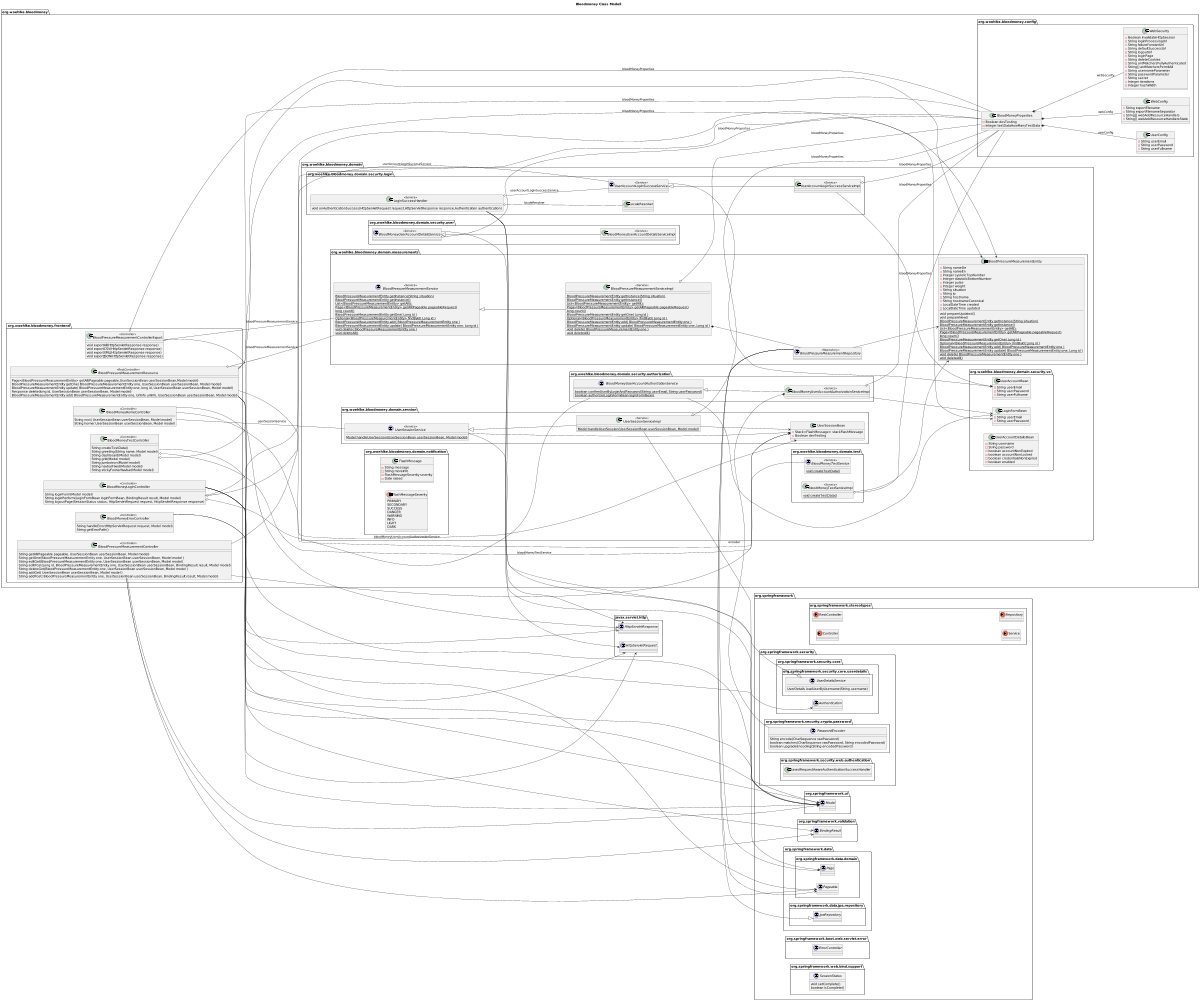
BloodMoneyApp/bloodmoney keeps this PlantUML diagram as etc/plantuml/all/Bloodmoney__Classes.png. Above is the earlier version. Its diagram source:
```plantuml
@startuml

title Bloodmoney Class Modell

left to right direction

scale 1200 width

package javax.servlet.http {
  interface HttpServletRequest {}
  interface HttpServletResponse {}
}

package org.springframework {

  package org.springframework.stereotypes {
    annotation Controller {}
    annotation RestController {}
    annotation Service {}
    annotation Repository {}
  }
  package org.springframework.data {
    package org.springframework.data.domain {
       interface Page {}
       interface Pageable {}
    }
    package org.springframework.data.jpa.repository {
      interface JpaRepository {}
    }
  }
  package org.springframework.security {
    package org.springframework.security.core {
        interface Authentication {}
        package org.springframework.security.core.userdetails {
          interface UserDetailsService {
              UserDetails loadUserByUsername(String username)
          }
        }
    }
    package org.springframework.security.crypto.password {
      interface PasswordEncoder {
          String encode(CharSequence rawPassword)
          boolean matches(CharSequence rawPassword, String encodedPassword)
          boolean upgradeEncoding(String encodedPassword)
      }
    }
    package org.springframework.security.web.authentication {
      class SavedRequestAwareAuthenticationSuccessHandler {}
    }
  }
  package org.springframework.validation {
    interface BindingResult {}
  }
  package org.springframework.ui {
     interface Model {}
  }
  package org.springframework.boot.web.servlet.error {
    interface ErrorController {}
  }
  package org.springframework.web.bind.support {
    interface SessionStatus {
      void setComplete()
      boolean isComplete()
    }
  }
}
package org.woehlke.bloodmoney {
  package org.woehlke.bloodmoney.config {
    class UserConfig {
       - String userEmail
       - String userPassword
       - String userFullname
    }
    class WebConfig {
        - String exportFilename
        - String exportFilenameSeparator
        - String[] webAddResourceHandlers
        - String[] webAddResourceHandlersStatic
    }
    class WebSecurity {
        - Boolean invalidateHttpSession
        - String loginProcessingUrl
        - String failureForwardUrl
        - String defaultSuccessUrl
        - String logoutUrl
        - String loginPage
        - String deleteCookies
        - String antMatchersFullyAuthenticated
        - String[] antMatchersPermitAll
        - String usernameParameter
        - String passwordParameter
        - String secret
        - Integer iterations
        - Integer hashWidth
    }
    class BloodMoneyProperties {
        - Boolean devTesting
        - Integer testDataHowManyTestData
    }
    BloodMoneyProperties *-- UserConfig: userConfig
    BloodMoneyProperties *-- WebConfig: webConfig
    BloodMoneyProperties *-- WebSecurity: webSecurity
  }

  package org.woehlke.bloodmoney.domain {
      package org.woehlke.bloodmoney.domain.security.vo {

            class LoginFormBean {
                - String userEmail
                - String userPassword
            }
            class UserAccountBean {
                - String userEmail
                - String userPassword
                - String userFullname
            }
            class UserAccountDetailsBean {
               - String username
               - String password
               - boolean accountNonExpired
               - boolean accountNonLocked
               - boolean credentialsNonExpired
               - boolean enabled
            }
      }
      package org.woehlke.bloodmoney.domain.security.authorization {
        interface BloodMoneyUserAccountAuthorizationService {
          {static} boolean confirmUserByLoginAndPassword(String userEmail, String userPassword)
          {static} boolean authorize(LoginFormBean loginFormBean)
        }
        class BloodMoneyUserAccountAuthorizationServiceImpl << Service >> {}
        BloodMoneyUserAccountAuthorizationService <|-- BloodMoneyUserAccountAuthorizationServiceImpl
        BloodMoneyUserAccountAuthorizationServiceImpl o-- BloodMoneyProperties: bloodMoneyProperties
        BloodMoneyUserAccountAuthorizationServiceImpl *-- PasswordEncoder: encoder
        BloodMoneyUserAccountAuthorizationService --> LoginFormBean
        BloodMoneyUserAccountAuthorizationServiceImpl --> LoginFormBean
      }
      package org.woehlke.bloodmoney.domain.security.login {
        class LoginSuccessHandler << Service >> {
          void onAuthenticationSuccess(HttpServletRequest request,HttpServletResponse response,Authentication authentication)
        }
        LoginSuccessHandler --> HttpServletRequest
        LoginSuccessHandler --> HttpServletResponse
        LoginSuccessHandler --> Authentication
        interface UserAccountLoginSuccessService << Service >> {}
        class UserAccountLoginSuccessServiceImpl  << Service >> {}
        UserAccountLoginSuccessService <|-- UserAccountLoginSuccessServiceImpl
        UserAccountLoginSuccessServiceImpl o-- BloodMoneyProperties: bloodMoneyProperties
        LoginSuccessHandler o-- UserAccountLoginSuccessService : userAccountLoginSuccessService
        LoginSuccessHandler o-- LocaleResolver : localeResolver
        UserAccountLoginSuccessService --> UserAccountBean
        UserAccountLoginSuccessServiceImpl --> UserAccountBean
      }
      package org.woehlke.bloodmoney.domain.security.user {
        interface BloodMoneyUserAccountDetailsService << Service >> {
        }
        class BloodMoneyUserAccountDetailsServiceImpl  << Service >> {
        }
        UserDetailsService <|-- BloodMoneyUserAccountDetailsService
        BloodMoneyUserAccountDetailsService <|-- BloodMoneyUserAccountDetailsServiceImpl
        BloodMoneyUserAccountDetailsService o-- BloodMoneyProperties: bloodMoneyProperties
      }
      package org.woehlke.bloodmoney.domain.session {
        class UserSessionBean {
          - Stack<FlashMessage> stackFlashMessage
          - Boolean devTesting
        }
        interface UserSessionService << Service >> {
          {static} Model handleUserSession(UserSessionBean userSessionBean, Model model)
        }
        class UserSessionServiceImpl  << Service >> {
            {static} Model handleUserSession(UserSessionBean userSessionBean, Model model)
        }
        UserSessionService <|-- UserSessionServiceImpl
        UserSessionServiceImpl o-- BloodMoneyProperties: bloodMoneyProperties
        UserSessionService --> UserSessionBean
        UserSessionServiceImpl --> UserSessionBean
        UserSessionService --> Model
        UserSessionServiceImpl --> Model
      }
      package org.woehlke.bloodmoney.domain.measurements {

            entity BloodPressureMeasurementEntity {
                 - String nameDe
                 - String nameEn
                 - Integer systolicTopNumber
                 - Integer diastolicBottomNumber
                 - Integer pulse
                 - Integer weight
                 - String situation
                 - String ip
                 - String hostname
                 - String hostnameCanonical
                 - LocalDateTime created
                 - LocalDateTime updated
                 void prepareUpdated()
                 void prepareNew()
                 {static} BloodPressureMeasurementEntity getInstance(String situation)
                 {static} BloodPressureMeasurementEntity getInstance()
                 {static} List<BloodPressureMeasurementEntity> getAll();
                 {static} Page<BloodPressureMeasurementEntity> getAll(Pageable pageableRequest)
                 {static} long count()
                 {static} BloodPressureMeasurementEntity getOne( Long id )
                 {static} Optional<BloodPressureMeasurementEntity> findById( Long id )
                 {static} BloodPressureMeasurementEntity add( BloodPressureMeasurementEntity one )
                 {static} BloodPressureMeasurementEntity update( BloodPressureMeasurementEntity one, Long id )
                 {static} void delete( BloodPressureMeasurementEntity one )
                 {static} void deleteAll()
            }
            interface BloodPressureMeasurementService << Service >> {
               {static} BloodPressureMeasurementEntity getInstance(String situation)
               {static} BloodPressureMeasurementEntity getInstance()
               {static} List<BloodPressureMeasurementEntity> getAll();
               {static} Page<BloodPressureMeasurementEntity> getAll(Pageable pageableRequest)
               {static} long count()
               {static} BloodPressureMeasurementEntity getOne( Long id )
               {static} Optional<BloodPressureMeasurementEntity> findById( Long id )
               {static} BloodPressureMeasurementEntity add( BloodPressureMeasurementEntity one )
               {static} BloodPressureMeasurementEntity update( BloodPressureMeasurementEntity one, Long id )
               {static} void delete( BloodPressureMeasurementEntity one )
               {static} void deleteAll()
            }
            class BloodPressureMeasurementServiceImpl << Service >> {
               {static} BloodPressureMeasurementEntity getInstance(String situation)
               {static} BloodPressureMeasurementEntity getInstance()
               {static} List<BloodPressureMeasurementEntity> getAll();
               {static} Page<BloodPressureMeasurementEntity> getAll(Pageable pageableRequest)
               {static} long count()
               {static} BloodPressureMeasurementEntity getOne( Long id )
               {static} Optional<BloodPressureMeasurementEntity> findById( Long id )
               {static} BloodPressureMeasurementEntity add( BloodPressureMeasurementEntity one )
               {static} BloodPressureMeasurementEntity update( BloodPressureMeasurementEntity one, Long id )
               {static} void delete( BloodPressureMeasurementEntity one )
               {static} void deleteAll()
            }
            interface BloodPressureMeasurementRepository << Repository >> {
            }
            JpaRepository <|-- BloodPressureMeasurementRepository
            BloodPressureMeasurementService <|-- BloodPressureMeasurementServiceImpl
            BloodPressureMeasurementServiceImpl *-- BloodPressureMeasurementRepository
            BloodPressureMeasurementServiceImpl o-- BloodMoneyProperties: bloodMoneyProperties
            BloodPressureMeasurementRepository --> BloodPressureMeasurementEntity
            BloodPressureMeasurementRepository --> Page
            BloodPressureMeasurementRepository --> Pageable
      }
      package org.woehlke.bloodmoney.domain.test {

        interface BloodMoneyTestService << Service >> {
          {static} void createTestData()
        }
        class BloodMoneyTestServiceImpl << Service >> {
          {static} void createTestData()
        }
        BloodMoneyTestServiceImpl o-- BloodMoneyProperties: bloodMoneyProperties
        BloodMoneyTestServiceImpl --> BloodPressureMeasurementEntity
      }
      package org.woehlke.bloodmoney.domain.notification {

          class FlashMessage {
            - String message
            - String moreInfo
            - FlashMessageSeverity severity
            - Date raised
          }
          enum FlashMessageSeverity {
              PRIMARY
              SECONDARY
              SUCCESS
              DANGER
              WARNING
              INFO
              LIGHT
              DARK
          }
      }
    }
    package org.woehlke.bloodmoney.frontend {
      class BloodMoneyErrorController << Controller >> {
        String handleError(HttpServletRequest request, Model model)
        String getErrorPath()
      }
      BloodMoneyErrorController --> HttpServletRequest
      BloodMoneyErrorController --> Model
      class BloodMoneyHomeController << Controller >> {
        String root( UserSessionBean userSessionBean, Model model)
        String home( UserSessionBean userSessionBean, Model model)
      }
      BloodMoneyHomeController --> UserSessionBean
      BloodMoneyHomeController --> Model
      class BloodMoneyLoginController << Controller >> {
        String loginForm(Model model)
        String loginPerform(LoginFormBean loginFormBean, BindingResult result, Model model)
        String logoutPage(SessionStatus status, HttpServletRequest request, HttpServletResponse response)
      }
      BloodMoneyLoginController --> Model
      BloodMoneyLoginController --> LoginFormBean
      BloodMoneyLoginController --> BindingResult
      BloodMoneyLoginController --> HttpServletRequest
      BloodMoneyLoginController --> HttpServletResponse
      class BloodMoneyTestController << Controller >> {
        String createTestData()
        String greeting(String name, Model model)
        String dashboard(Model model)
        String grid(Model model)
        String jumbotron(Model model)
        String navbarFixed(Model model)
        String stickyFooterNavbar(Model model)
      }
      BloodMoneyTestController --> Model
      class BloodPressureMeasurementController << Controller >> {
        String getAll(Pageable pageable, UserSessionBean userSessionBean, Model model)
        String getOne(BloodPressureMeasurementEntity one, UserSessionBean userSessionBean, Model model )
        String editGet(BloodPressureMeasurementEntity one, UserSessionBean userSessionBean, Model model)
        String editPost(Long id, BloodPressureMeasurementEntity one, UserSessionBean userSessionBean, BindingResult result, Model model)
        String deleteGet(BloodPressureMeasurementEntity one, UserSessionBean userSessionBean, Model model )
        String addGet( UserSessionBean userSessionBean, Model model )
        String addPost( BloodPressureMeasurementEntity one, UserSessionBean userSessionBean, BindingResult result, Model model)
      }
      BloodPressureMeasurementController --> BloodPressureMeasurementEntity
      BloodPressureMeasurementController --> UserSessionBean
      BloodPressureMeasurementController --> Pageable
      BloodPressureMeasurementController --> Model
      BloodPressureMeasurementController --> BindingResult
      class BloodPressureMeasurementControllerExport << Controller >> {
        void exportAll(HttpServletResponse response)
        void exportCSV(HttpServletResponse response)
        void exportXML(HttpServletResponse response)
        void exportJSON(HttpServletResponse response)
      }
      BloodPressureMeasurementControllerExport --> HttpServletResponse
      class BloodPressureMeasurementResource << RestController >> {
        Page<BloodPressureMeasurementEntity> getAll(Pageable pageable,UserSessionBean userSessionBean,Model model)
        BloodPressureMeasurementEntity getOne( BloodPressureMeasurementEntity one, UserSessionBean userSessionBean, Model model)
        BloodPressureMeasurementEntity update( BloodPressureMeasurementEntity one, long id, UserSessionBean userSessionBean, Model model)
        Response delete(long id, UserSessionBean userSessionBean, Model model)
        BloodPressureMeasurementEntity add( BloodPressureMeasurementEntity one, UriInfo uriInfo, UserSessionBean userSessionBean, Model model)
      }
      BloodPressureMeasurementResource --> BloodPressureMeasurementEntity
      BloodPressureMeasurementResource --> UserSessionBean
      BloodPressureMeasurementResource --> Page
      BloodPressureMeasurementResource --> Pageable
      BloodPressureMeasurementResource --> Model

      BloodMoneyHomeController O-- UserSessionService: userSessionService
      BloodMoneyLoginController o-- UserAccountLoginSuccessService: userAccountLoginSuccessService
      BloodMoneyLoginController o-- BloodMoneyUserAccountAuthorizationService: bloodMoneyUserAccountAuthorizationService
      BloodMoneyTestController o-- BloodMoneyTestService: bloodMoneyTestService
      BloodMoneyTestController o-- BloodMoneyProperties: bloodMoneyProperties
      BloodPressureMeasurementControllerExport o-- BloodPressureMeasurementService: bloodPressureMeasurementService
      BloodPressureMeasurementControllerExport o-- BloodMoneyProperties: bloodMoneyProperties
      BloodPressureMeasurementResource o-- BloodPressureMeasurementService: bloodPressureMeasurementService
      BloodPressureMeasurementResource o-- BloodMoneyProperties: bloodMoneyProperties
    }
}

@enduml
```
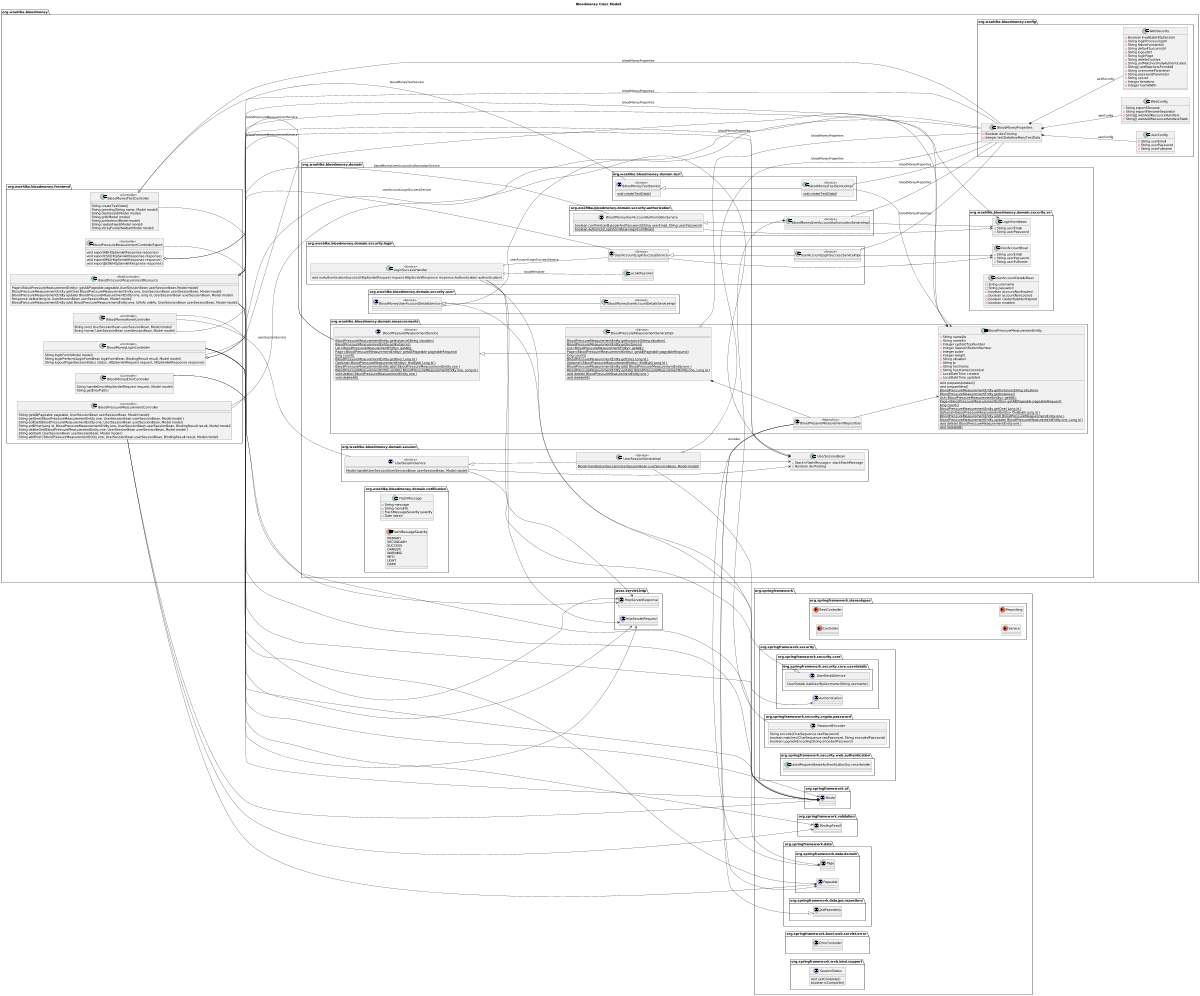
After the commit.

Diff of the diagram source:
```diff
@@ -251,6 +251,7 @@
         class BloodMoneyTestServiceImpl << Service >> {
           {static} void createTestData()
         }
+        BloodMoneyTestService <|-- BloodMoneyTestServiceImpl
         BloodMoneyTestServiceImpl o-- BloodMoneyProperties: bloodMoneyProperties
         BloodMoneyTestServiceImpl --> BloodPressureMeasurementEntity
       }
```
